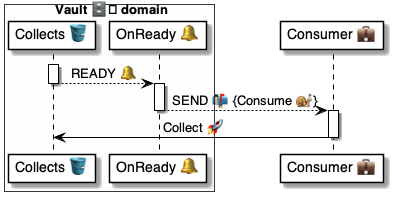
Before: 4 ⚙️ Solution/41 🎭 Domain Roles/Vaults 🗄️/🗄️🪣 Vault tables/Discloses 💼 table/🪣🔔 3 Ready/🗄️ OnReady ⚙️ uml.png, a diagram exported from PlantUML (pollyweb-org/pollyweb-docs). Its source is kept beside it as 4 ⚙️ Solution/41 🎭 Domain Roles/Vaults 🗄️/🗄️🪣 Vault tables/Discloses 💼 table/🪣🔔 3 Ready/🗄️ OnReady ⚙️ uml.puml.
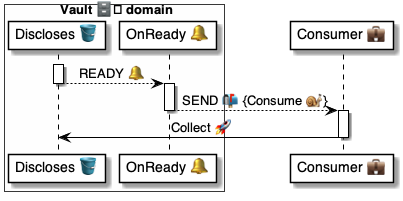
The same file after the commit.

Diff of the diagram source:
```diff
@@ -1,22 +1,22 @@
-@startuml OnCollectsReady
+@startuml OnReady
 
 box Vault 🗄️ domain #FFFFFA
-    participant "Collects 🪣" as collects
+    participant "Discloses 🪣" as table
     participant "OnReady 🔔" as ready
 end box
 participant "Consumer 💼" as consumer
 
 
-activate collects
-    collects --> ready: READY 🔔
-deactivate collects
+activate table
+    table --> ready: READY 🔔
+deactivate table
 
 activate ready
     ready --> consumer: SEND 📬 {Consume 🐌}
 deactivate ready
 
 activate consumer
-    consumer -> collects: Collect 🚀
+    consumer -> table: Collect 🚀
 deactivate consumer
 
 @enduml
```
